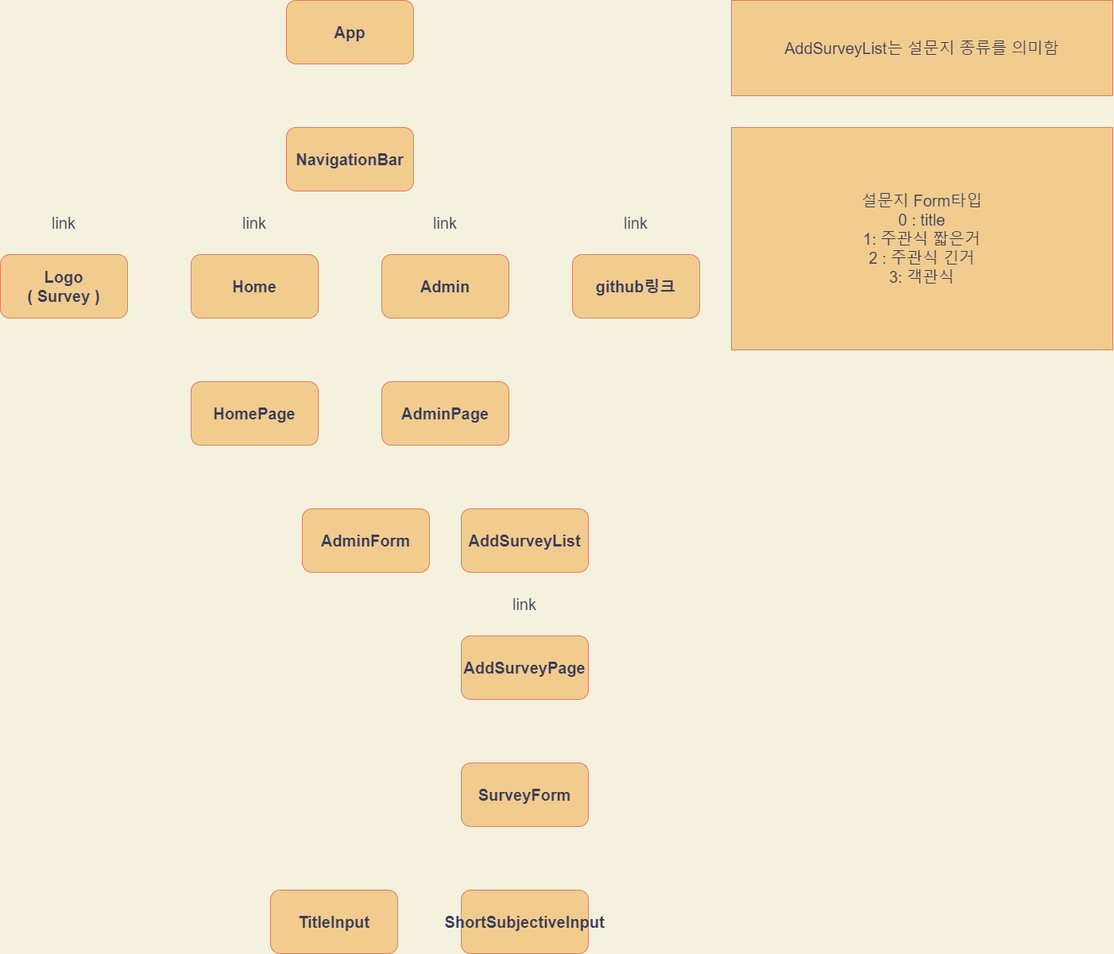
The draw.io diagram images/survey.png in 1-blue/Project_vue_node_survey, before a commit. Source tidied: cells renumbered, new cells last; positions are measured from the earlier drawing's top-left corner, leaving out a move shared by most shapes.
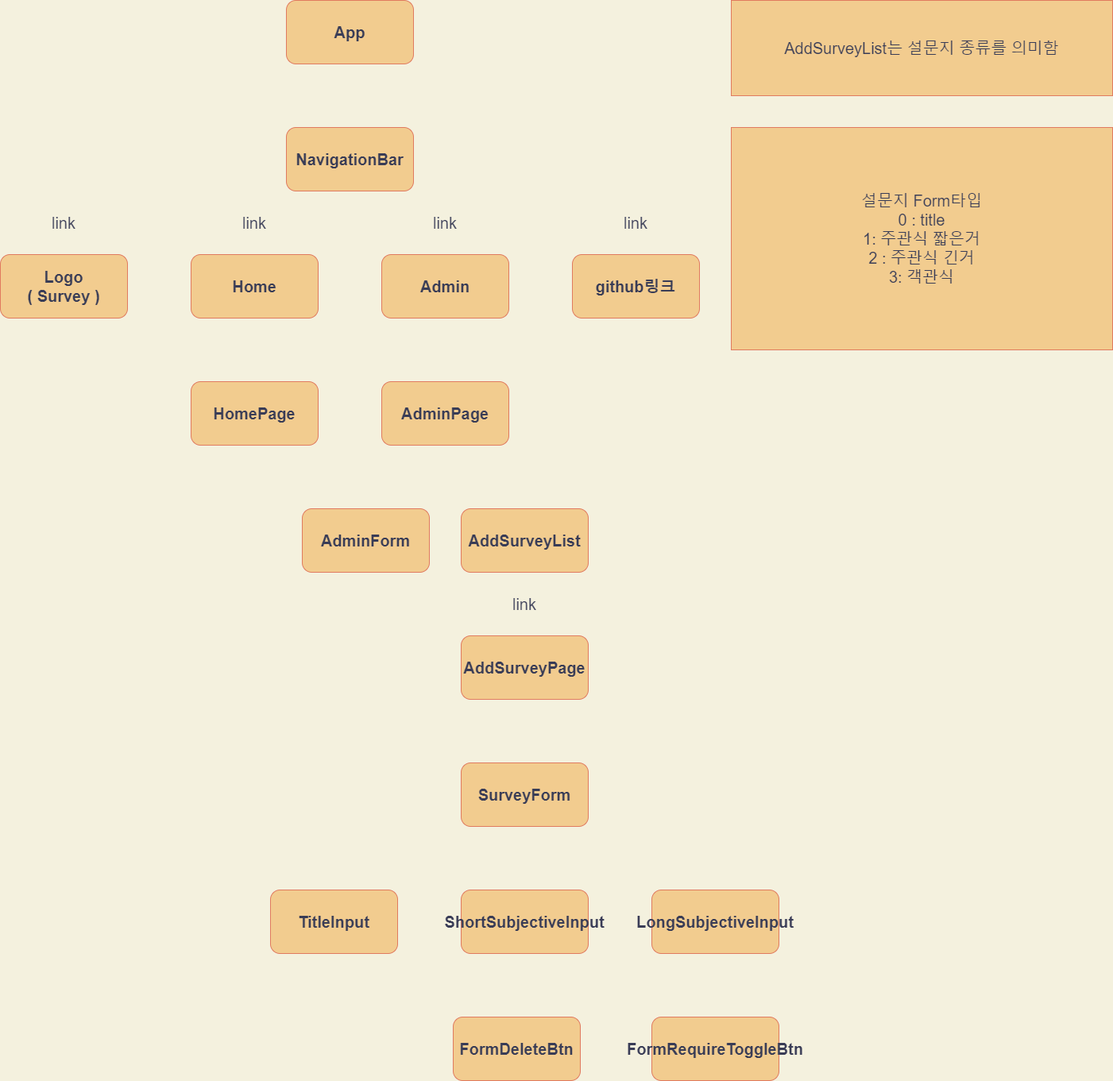
Later version of the same file.

Diff of the diagram source:
```diff
@@ -65,5 +65,14 @@
     <mxCell id="22" value="ShortSubjectiveInput" style="rounded=1;whiteSpace=wrap;html=1;sketch=0;fontColor=#393C56;strokeColor=#E07A5F;fillColor=#F2CC8F;fontSize=20;fontStyle=1;" parent="1" vertex="1">
       <mxGeometry x="580" y="1120" width="160" height="80" as="geometry" />
     </mxCell>
+    <mxCell id="23" value="LongSubjectiveInput" style="rounded=1;whiteSpace=wrap;html=1;sketch=0;fontColor=#393C56;strokeColor=#E07A5F;fillColor=#F2CC8F;fontSize=20;fontStyle=1;" parent="1" vertex="1">
+      <mxGeometry x="820" y="1120" width="160" height="80" as="geometry" />
+    </mxCell>
+    <mxCell id="24" value="FormDeleteBtn" style="rounded=1;whiteSpace=wrap;html=1;sketch=0;fontColor=#393C56;strokeColor=#E07A5F;fillColor=#F2CC8F;fontSize=20;fontStyle=1;" parent="1" vertex="1">
+      <mxGeometry x="570" y="1280" width="160" height="80" as="geometry" />
+    </mxCell>
+    <mxCell id="25" value="FormRequireToggleBtn" style="rounded=1;whiteSpace=wrap;html=1;sketch=0;fontColor=#393C56;strokeColor=#E07A5F;fillColor=#F2CC8F;fontSize=20;fontStyle=1;" parent="1" vertex="1">
+      <mxGeometry x="820" y="1280" width="160" height="80" as="geometry" />
+    </mxCell>
   </root>
 </mxGraphModel>
```
